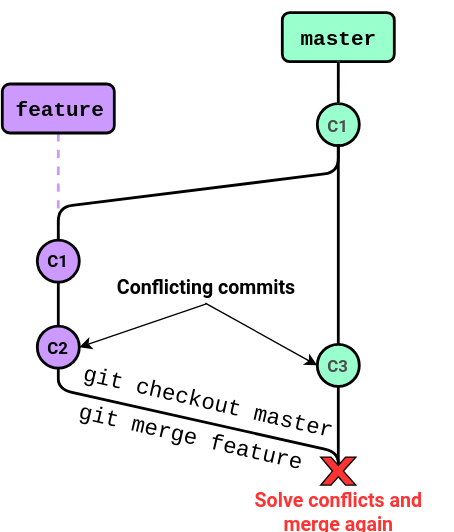
Before: Session 0 - Git/img/Branching_and_Merging/Merging_conflict.svg, a diagram exported from draw.io (Python-Crash-Course/Python201). Source tidied: cells renumbered, new cells last; positions are measured from the earlier drawing's top-left corner, leaving out a move shared by most shapes.
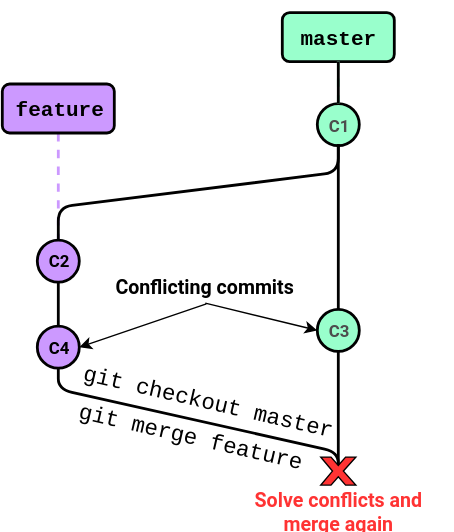
The same diagram one commit later.

The edit, as a diff of the source:
```diff
@@ -11,13 +11,13 @@
     <mxCell id="4" value="&lt;font style=&quot;font-size: 12px&quot;&gt;C1&lt;/font&gt;" style="ellipse;whiteSpace=wrap;html=1;fillColor=#99FFCC;strokeColor=#000000;fontColor=#4D4D4D;fontStyle=1;fontSize=10;fontFamily=Roboto;FType=g;strokeWidth=2;" parent="1" vertex="1">
       <mxGeometry x="225" y="65.5" width="30" height="30" as="geometry" />
     </mxCell>
-    <mxCell id="5" value="&lt;font style=&quot;font-size: 12px&quot;&gt;C1&lt;/font&gt;" style="ellipse;whiteSpace=wrap;html=1;fillColor=#CC99FF;strokeColor=#000000;fontFamily=Roboto;fontStyle=1;fontSize=10;strokeWidth=2;" parent="1" vertex="1">
+    <mxCell id="5" value="&lt;font style=&quot;font-size: 12px&quot;&gt;C2&lt;/font&gt;" style="ellipse;whiteSpace=wrap;html=1;fillColor=#CC99FF;strokeColor=#000000;fontFamily=Roboto;fontStyle=1;fontSize=10;strokeWidth=2;" parent="1" vertex="1">
       <mxGeometry x="25" y="163" width="30" height="30" as="geometry" />
     </mxCell>
     <mxCell id="6" style="endArrow=none;html=1;strokeColor=#000000;fontFamily=Roboto;fontSize=14;fontColor=#000000;exitX=0.5;exitY=1;exitDx=0;exitDy=0;entryX=0.5;entryY=0;entryDx=0;entryDy=0;strokeWidth=2;startArrow=none;startFill=0;endFill=0;" parent="1" edge="1" source="5" target="7">
       <mxGeometry relative="1" as="geometry" />
     </mxCell>
-    <mxCell id="7" value="&lt;font style=&quot;font-size: 12px&quot;&gt;C2&lt;/font&gt;" style="ellipse;whiteSpace=wrap;html=1;fillColor=#CC99FF;strokeColor=#000000;fontFamily=Roboto;fontStyle=1;fontSize=10;strokeWidth=2;" parent="1" vertex="1">
+    <mxCell id="7" value="&lt;font style=&quot;font-size: 12px&quot;&gt;C4&lt;/font&gt;" style="ellipse;whiteSpace=wrap;html=1;fillColor=#CC99FF;strokeColor=#000000;fontFamily=Roboto;fontStyle=1;fontSize=10;strokeWidth=2;" parent="1" vertex="1">
       <mxGeometry x="25" y="224.5" width="30" height="30" as="geometry" />
     </mxCell>
     <mxCell id="8" value="&lt;h1 style=&quot;line-height: 70%&quot;&gt;&lt;b style=&quot;font-size: 15px&quot;&gt;&lt;font face=&quot;Courier New&quot; style=&quot;line-height: 100%&quot;&gt;master&lt;/font&gt;&lt;/b&gt;&lt;/h1&gt;" style="text;html=1;spacing=5;spacingTop=-20;whiteSpace=wrap;overflow=hidden;rounded=1;align=center;labelBorderColor=none;labelBackgroundColor=none;fillColor=#99FFCC;strokeColor=#000000;fontFamily=Roboto;perimeterSpacing=0;strokeWidth=2;comic=0;glass=0;shadow=0;" parent="1" vertex="1">
@@ -59,7 +59,7 @@
       </mxGeometry>
     </mxCell>
     <mxCell id="16" value="&lt;font style=&quot;font-size: 12px&quot;&gt;C3&lt;/font&gt;" style="ellipse;whiteSpace=wrap;html=1;fillColor=#99FFCC;strokeColor=#000000;fontColor=#4D4D4D;fontStyle=1;fontSize=10;fontFamily=Roboto;FType=g;strokeWidth=2;" parent="1" vertex="1">
-      <mxGeometry x="225" y="237.5" width="30" height="30" as="geometry" />
+      <mxGeometry x="225" y="212.5" width="30" height="30" as="geometry" />
     </mxCell>
     <mxCell id="17" style="endArrow=none;html=1;strokeWidth=2;entryX=0.5;entryY=0;entryDx=0;entryDy=0;endFill=0;" parent="1" edge="1" target="16">
       <mxGeometry relative="1" as="geometry">
```
